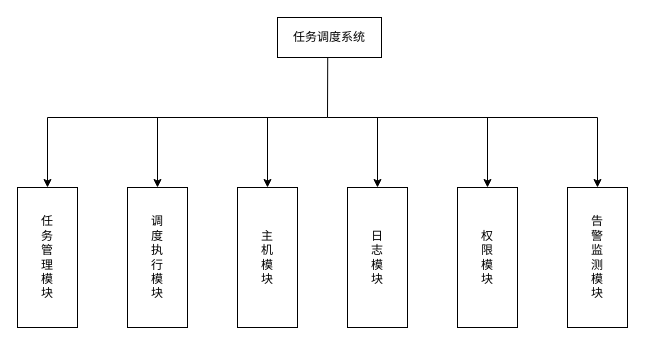
Earlier version of the draw.io diagram 功能模块.drawio (tianshengdiwangK/common). Source tidied: cells renumbered, new cells numbered last; positions are measured from the earlier drawing's top-left corner, leaving out a move shared by most shapes. Both pictures are drawn from the tidied source at 100%, with x=0, y=0 at pixel (17, 17).
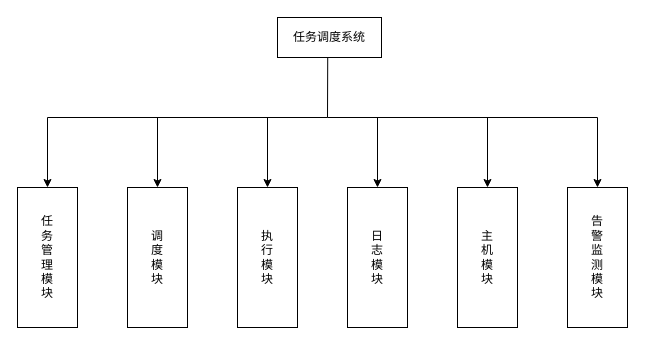
After the change.

Commit message:
更新功能模块.drawio

What changed in the source:
```diff
@@
-    <mxCell id="5" value="调&lt;br&gt;度&lt;br&gt;执&lt;br&gt;行&lt;br&gt;模&lt;br&gt;块" style="rounded=0;whiteSpace=wrap;html=1;" parent="1" vertex="1">
+    <mxCell id="5" value="调&lt;br&gt;度&lt;br&gt;模&lt;br&gt;块" style="rounded=0;whiteSpace=wrap;html=1;" parent="1" vertex="1">
       <mxGeometry x="110" y="170" width="60" height="140" as="geometry" />
     </mxCell>
-    <mxCell id="6" value="主&lt;br&gt;机&lt;br&gt;模&lt;br&gt;块" style="rounded=0;whiteSpace=wrap;html=1;" parent="1" vertex="1">
+    <mxCell id="6" value="执&lt;br&gt;行&lt;br&gt;模&lt;br&gt;块" style="rounded=0;whiteSpace=wrap;html=1;" parent="1" vertex="1">
       <mxGeometry x="220" y="170" width="60" height="140" as="geometry" />
     </mxCell>
@@
-    <mxCell id="8" value="权&lt;br&gt;限&lt;br&gt;模&lt;br&gt;块" style="rounded=0;whiteSpace=wrap;html=1;" parent="1" vertex="1">
+    <mxCell id="8" value="主&lt;br&gt;机&lt;br&gt;模&lt;br&gt;块" style="rounded=0;whiteSpace=wrap;html=1;" parent="1" vertex="1">
       <mxGeometry x="440" y="170" width="60" height="140" as="geometry" />
     </mxCell>
```
